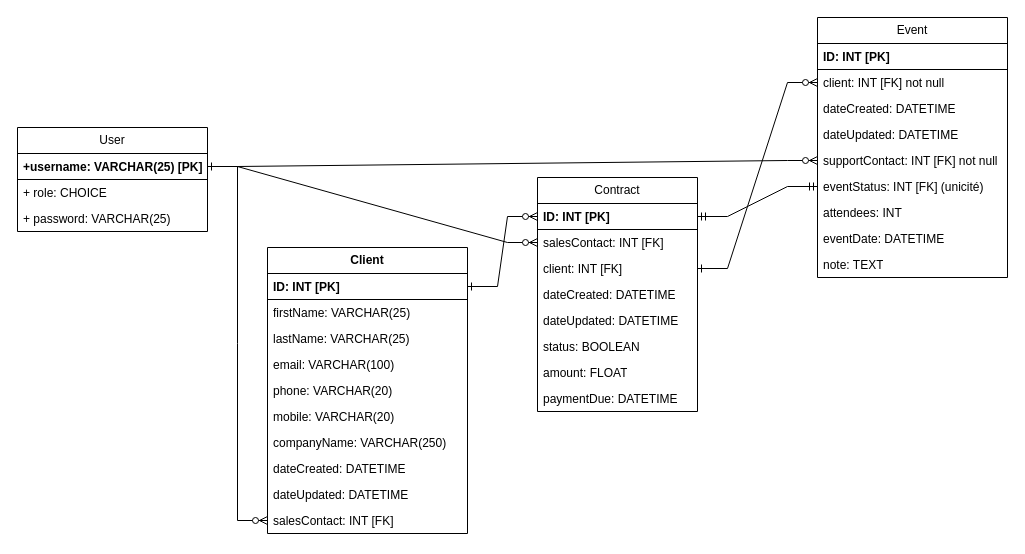
Above: Diagramme ER.drawio in gmaOCR/TP12 (draw.io), before the change. Source tidied: cells renumbered, new cells numbered last; positions are measured from the earlier drawing's top-left corner, leaving out a move shared by most shapes. Both pictures are drawn from the tidied source at 100%, with x=0, y=0 at pixel (17, 17).
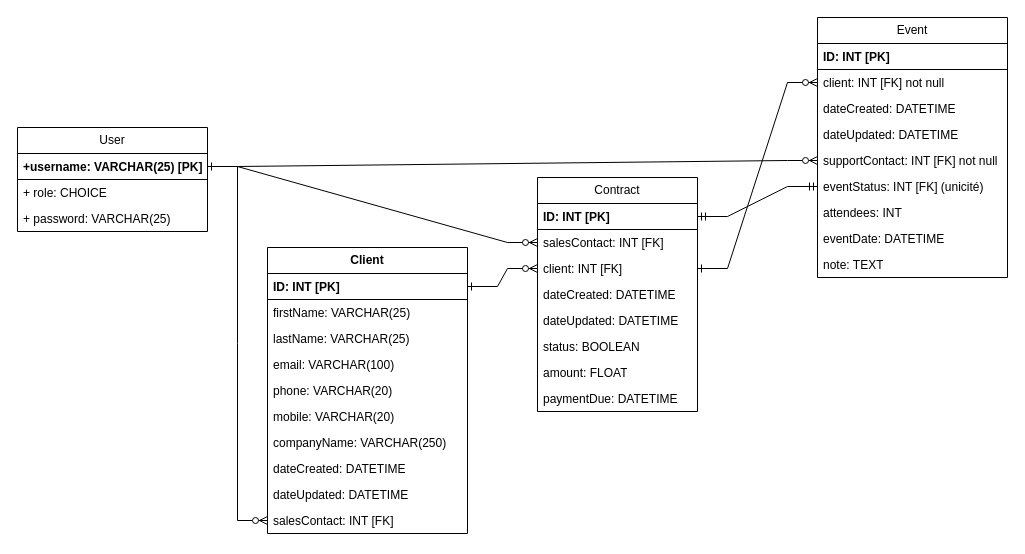
The same page after the edit.

Commit message:
Mettre à jour Diagramme ER.drawio

Unchanged cells that the change refers to:
```xml
<mxCell id="13" value="&lt;b&gt;ID: INT [PK]&lt;/b&gt;" style="text;strokeColor=default;fillColor=none;align=left;verticalAlign=top;spacingLeft=4;spacingRight=4;overflow=hidden;points=[[0,0.5],[1,0.5]];portConstraint=eastwest;whiteSpace=wrap;html=1;" parent="12" vertex="1">
  <mxGeometry y="26" width="160" height="26" as="geometry" />
</mxCell>
<mxCell id="15" value="client: INT [FK]" style="text;strokeColor=none;fillColor=none;align=left;verticalAlign=top;spacingLeft=4;spacingRight=4;overflow=hidden;points=[[0,0.5],[1,0.5]];portConstraint=eastwest;whiteSpace=wrap;html=1;" parent="12" vertex="1">
  <mxGeometry y="78" width="160" height="26" as="geometry" />
</mxCell>
<mxCell id="22" value="&lt;b&gt;ID: INT [PK]&lt;/b&gt;" style="text;strokeColor=default;fillColor=none;align=left;verticalAlign=top;spacingLeft=4;spacingRight=4;overflow=hidden;points=[[0,0.5],[1,0.5]];portConstraint=eastwest;whiteSpace=wrap;html=1;" parent="21" vertex="1">
  <mxGeometry y="26" width="200" height="26" as="geometry" />
</mxCell>
```

Change to the diagram source:
```diff
@@
-    <mxCell id="40" style="edgeStyle=entityRelationEdgeStyle;fontSize=12;html=1;endArrow=ERzeroToMany;endFill=1;rounded=0;entryX=0;entryY=0.5;entryDx=0;entryDy=0;strokeColor=default;exitX=1;exitY=0.5;exitDx=0;exitDy=0;startArrow=ERone;startFill=0;" parent="1" edge="1" source="22" target="13">
+    <mxCell id="40" style="edgeStyle=entityRelationEdgeStyle;fontSize=12;html=1;endArrow=ERzeroToMany;endFill=1;rounded=0;entryX=0;entryY=0.5;entryDx=0;entryDy=0;strokeColor=default;exitX=1;exitY=0.5;exitDx=0;exitDy=0;startArrow=ERone;startFill=0;" parent="1" edge="1" source="22" target="15">
       <mxGeometry relative="1" as="geometry" />
     </mxCell>
```
